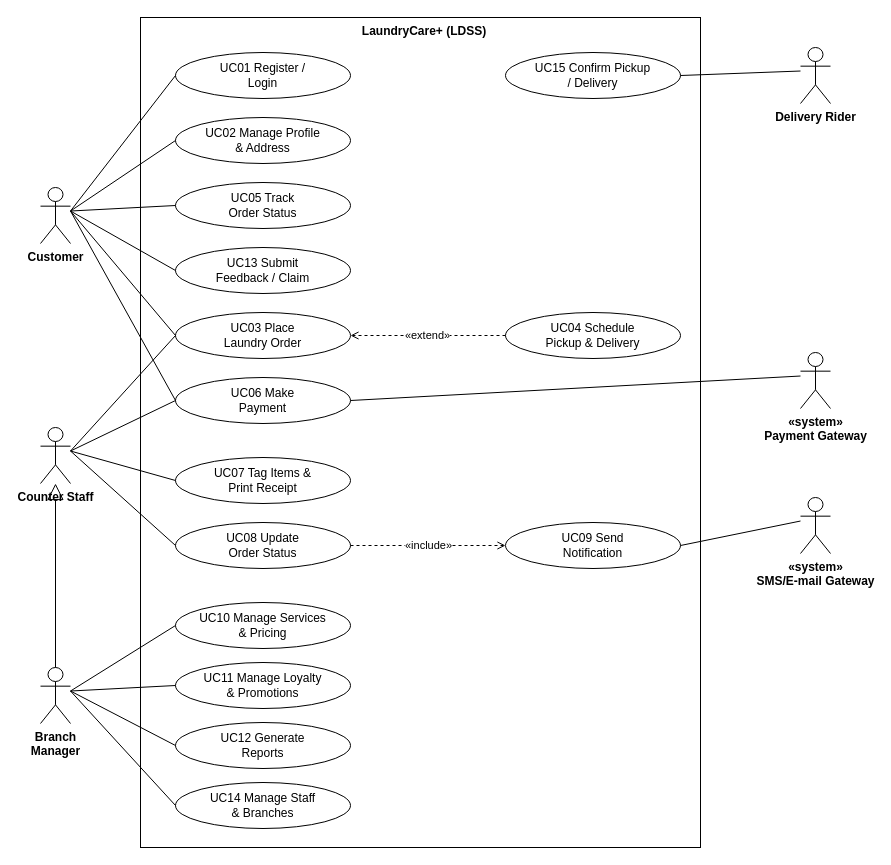
This is usecase.drawio from Zakwan221/laundrycare-diagrams, a draw.io file, before an edit. Source tidied: cells renumbered, new cells numbered last; positions are measured from the earlier drawing's top-left corner, leaving out a move shared by most shapes. Both pictures are drawn from the tidied source at 100%, with x=0, y=0 at pixel (40, 17).
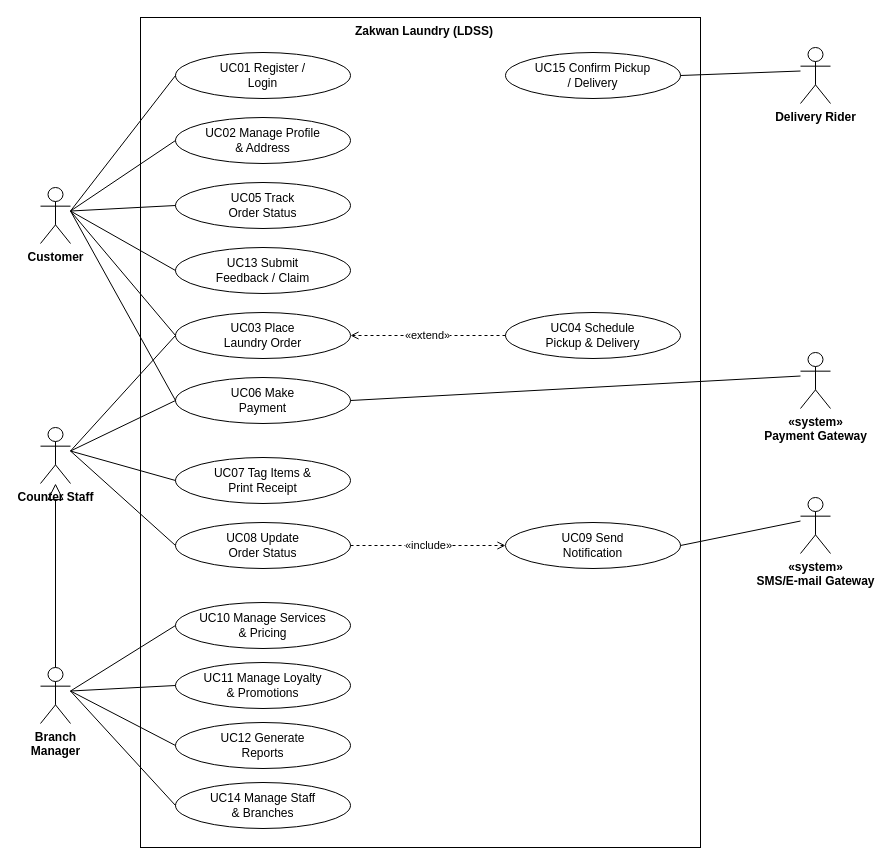
Above is the later version.

Commit message (it also covers changes not shown here):
Rename system to Zakwan Laundry

What changed in the source:
```diff
@@
-    <mxCell id="2" value="LaundryCare+ (LDSS)" style="rounded=0;arcSize=3;verticalAlign=top;align=center;spacingLeft=8;fontStyle=1;html=1;whiteSpace=wrap;fontFamily=Arial;fontSize=12;fillColor=#ffffff;strokeColor=#000000;" parent="1" vertex="1">
+    <mxCell id="2" value="Zakwan Laundry (LDSS)" style="rounded=0;arcSize=3;verticalAlign=top;align=center;spacingLeft=8;fontStyle=1;html=1;whiteSpace=wrap;fontFamily=Arial;fontSize=12;fillColor=#ffffff;strokeColor=#000000;" parent="1" vertex="1">
       <mxGeometry x="100" width="560" height="830" as="geometry" />
     </mxCell>
```
